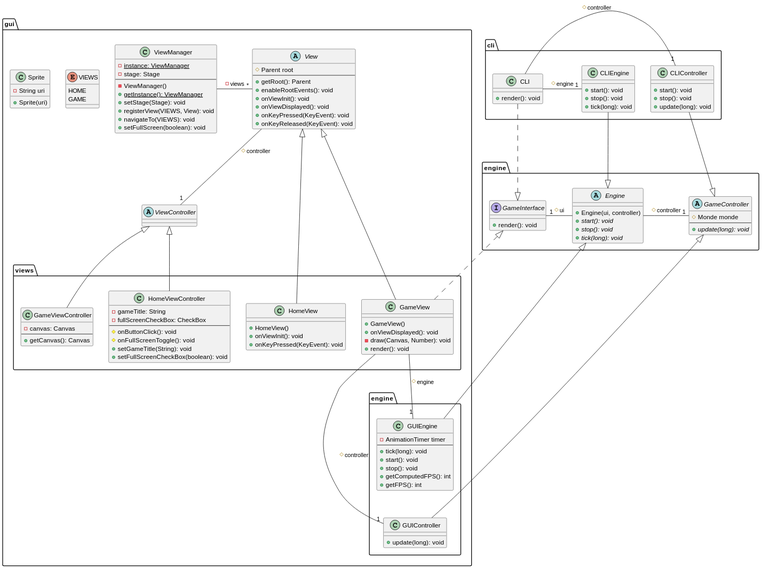
The PlantUML diagram docs/uml/class-gui.svg in victord54/escape, before a commit.
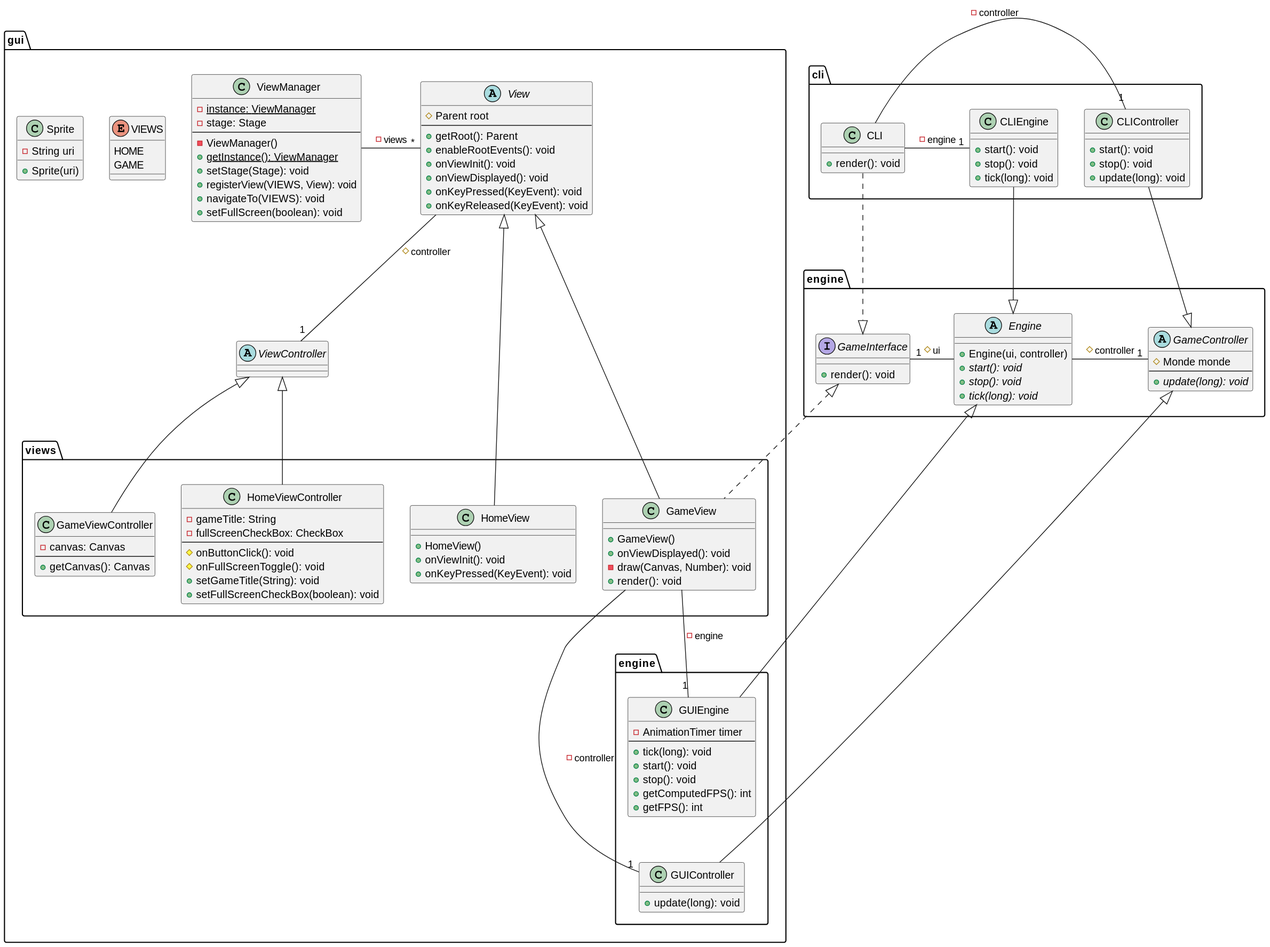
The same diagram one commit later.

Commit message:
fix engine visibility in diag

Change to the diagram source:
```diff
@@ -126,14 +126,14 @@
 CLIController -down-|> GameController
 CLIEngine -down-|> Engine
 CLI .down.|> GameInterface
-CLI -right-"1" CLIController : # controller
-CLI -right-"1" CLIEngine : # engine
+CLI -right-"1" CLIController : - controller
+CLI -right-"1" CLIEngine : - engine
 
 GUIController -up-|> GameController
 GUIEngine -up-|> Engine
 GameView .up.|> GameInterface
-GameView --"1" GUIController : # controller
-GameView --"1" GUIEngine : # engine
+GameView --"1" GUIController : - controller
+GameView --"1" GUIEngine : - engine
 GUIEngine -down[hidden]- GUIController
 
 View --"1" ViewController : # controller
```
